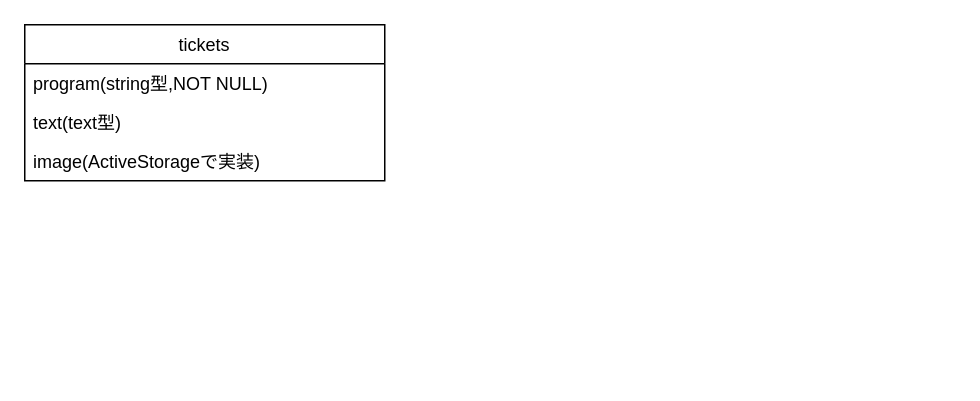
Before: iraka.dio in shingoishimura/iraka, a draw.io diagram. Source tidied: cells renumbered, new cells numbered last; positions are measured from the earlier drawing's top-left corner, leaving out a move shared by most shapes. Both pictures are drawn from the tidied source at 150%, with x=0, y=0 at pixel (24, 24).
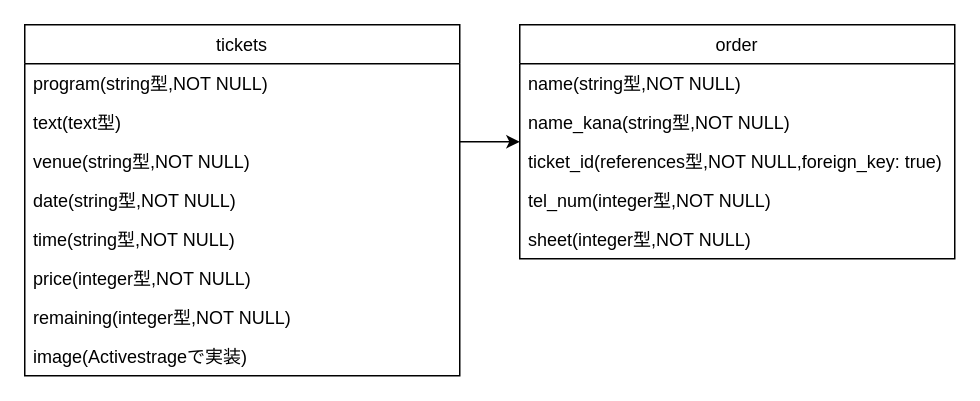
Above is the later version.

Commit message (it also covers changes not shown here):
READ ME ER図　修正

Change to the diagram source:
```diff
@@
 <mxGraphModel>
   <root>
     <mxCell id="0" />
     <mxCell id="1" parent="0" />
+    <mxCell id="6" style="edgeStyle=orthogonalEdgeStyle;rounded=0;jettySize=auto;html=1;" parent="1" edge="1" source="2" target="12">
+      <mxGeometry relative="1" as="geometry">
+        <Array as="points">
+          <mxPoint x="300" y="78" />
+          <mxPoint x="300" y="78" />
+        </Array>
+      </mxGeometry>
+    </mxCell>
     <mxCell id="2" value="tickets" style="swimlane;fontStyle=0;horizontal=1;startSize=26;fillColor=none;" parent="1" vertex="1">
-      <mxGeometry width="240" height="104" as="geometry" />
+      <mxGeometry width="290" height="234" as="geometry" />
     </mxCell>
-    <mxCell id="3" value="program(string型,NOT NULL)" style="text;strokeColor=none;fillColor=none;align=left;verticalAlign=top;spacingLeft=4;spacingRight=4;overflow=hidden;" parent="2" vertex="1">
-      <mxGeometry y="26" width="240" height="26" as="geometry" />
-    </mxCell>
-    <mxCell id="4" value="text(text型)" style="text;strokeColor=none;fillColor=none;align=left;verticalAlign=top;spacingLeft=4;spacingRight=4;overflow=hidden;" parent="2" vertex="1">
-      <mxGeometry y="52" width="240" height="26" as="geometry" />
+    <mxCell id="4" value="program(string型,NOT NULL)" style="text;strokeColor=none;fillColor=none;align=left;verticalAlign=top;spacingLeft=4;spacingRight=4;overflow=hidden;" parent="2" vertex="1">
+      <mxGeometry y="26" width="290" height="26" as="geometry" />
     </mxCell>
-    <mxCell id="5" value="image(ActiveStorageで実装)" style="text;strokeColor=none;fillColor=none;align=left;verticalAlign=top;spacingLeft=4;spacingRight=4;overflow=hidden;" parent="2" vertex="1">
-      <mxGeometry y="78" width="240" height="26" as="geometry" />
+    <mxCell id="5" value="text(text型)" style="text;strokeColor=none;fillColor=none;align=left;verticalAlign=top;spacingLeft=4;spacingRight=4;overflow=hidden;" parent="2" vertex="1">
+      <mxGeometry y="52" width="290" height="26" as="geometry" />
     </mxCell>
+    <mxCell id="3" value="venue(string型,NOT NULL)" style="text;strokeColor=none;fillColor=none;align=left;verticalAlign=top;spacingLeft=4;spacingRight=4;overflow=hidden;" parent="2" vertex="1">
+      <mxGeometry y="78" width="290" height="26" as="geometry" />
+    </mxCell>
+    <mxCell id="7" value="date(string型,NOT NULL)" style="text;strokeColor=none;fillColor=none;align=left;verticalAlign=top;spacingLeft=4;spacingRight=4;overflow=hidden;" parent="2" vertex="1">
+      <mxGeometry y="104" width="290" height="26" as="geometry" />
+    </mxCell>
+    <mxCell id="8" value="time(string型,NOT NULL)" style="text;strokeColor=none;fillColor=none;align=left;verticalAlign=top;spacingLeft=4;spacingRight=4;overflow=hidden;" parent="2" vertex="1">
+      <mxGeometry y="130" width="290" height="26" as="geometry" />
+    </mxCell>
+    <mxCell id="9" value="price(integer型,NOT NULL)" style="text;strokeColor=none;fillColor=none;align=left;verticalAlign=top;spacingLeft=4;spacingRight=4;overflow=hidden;" parent="2" vertex="1">
+      <mxGeometry y="156" width="290" height="26" as="geometry" />
+    </mxCell>
+    <mxCell id="10" value="remaining(integer型,NOT NULL)" style="text;strokeColor=none;fillColor=none;align=left;verticalAlign=top;spacingLeft=4;spacingRight=4;overflow=hidden;" parent="2" vertex="1">
+      <mxGeometry y="182" width="290" height="26" as="geometry" />
+    </mxCell>
+    <mxCell id="11" value="image(Activestrageで実装)" style="text;strokeColor=none;fillColor=none;align=left;verticalAlign=top;spacingLeft=4;spacingRight=4;overflow=hidden;" parent="2" vertex="1">
+      <mxGeometry y="208" width="290" height="26" as="geometry" />
+    </mxCell>
+    <mxCell id="12" value="order" style="swimlane;fontStyle=0;horizontal=1;startSize=26;fillColor=none;" parent="1" vertex="1">
+      <mxGeometry x="330" width="290" height="156" as="geometry" />
+    </mxCell>
+    <mxCell id="13" value="name(string型,NOT NULL)" style="text;strokeColor=none;fillColor=none;align=left;verticalAlign=top;spacingLeft=4;spacingRight=4;overflow=hidden;" parent="12" vertex="1">
+      <mxGeometry y="26" width="290" height="26" as="geometry" />
+    </mxCell>
+    <mxCell id="14" value="name_kana(string型,NOT NULL)&#10;" style="text;strokeColor=none;fillColor=none;align=left;verticalAlign=top;spacingLeft=4;spacingRight=4;overflow=hidden;" parent="12" vertex="1">
+      <mxGeometry y="52" width="290" height="26" as="geometry" />
+    </mxCell>
+    <mxCell id="15" value="ticket_id(references型,NOT NULL,foreign_key: true)" style="text;strokeColor=none;fillColor=none;align=left;verticalAlign=top;spacingLeft=4;spacingRight=4;overflow=hidden;" parent="12" vertex="1">
+      <mxGeometry y="78" width="290" height="26" as="geometry" />
+    </mxCell>
+    <mxCell id="16" value="tel_num(integer型,NOT NULL)" style="text;strokeColor=none;fillColor=none;align=left;verticalAlign=top;spacingLeft=4;spacingRight=4;overflow=hidden;" parent="12" vertex="1">
+      <mxGeometry y="104" width="290" height="26" as="geometry" />
+    </mxCell>
+    <mxCell id="17" value="sheet(integer型,NOT NULL)" style="text;strokeColor=none;fillColor=none;align=left;verticalAlign=top;spacingLeft=4;spacingRight=4;overflow=hidden;" parent="12" vertex="1">
+      <mxGeometry y="130" width="290" height="26" as="geometry" />
+    </mxCell>
   </root>
 </mxGraphModel>
```
